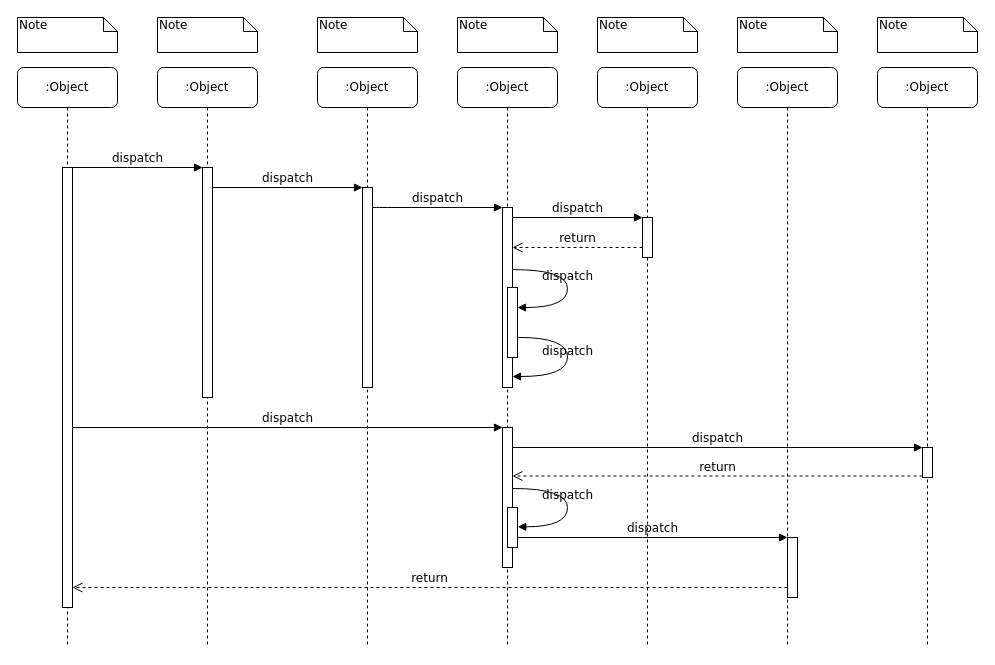
Earlier version of the draw.io diagram sequenz2.drawio (HuckiNB2019/VBA). Source tidied: cells renumbered, new cells numbered last; positions are measured from the earlier drawing's top-left corner, leaving out a move shared by most shapes. Both pictures are drawn from the tidied source at 100%, with x=0, y=0 at pixel (17, 17).
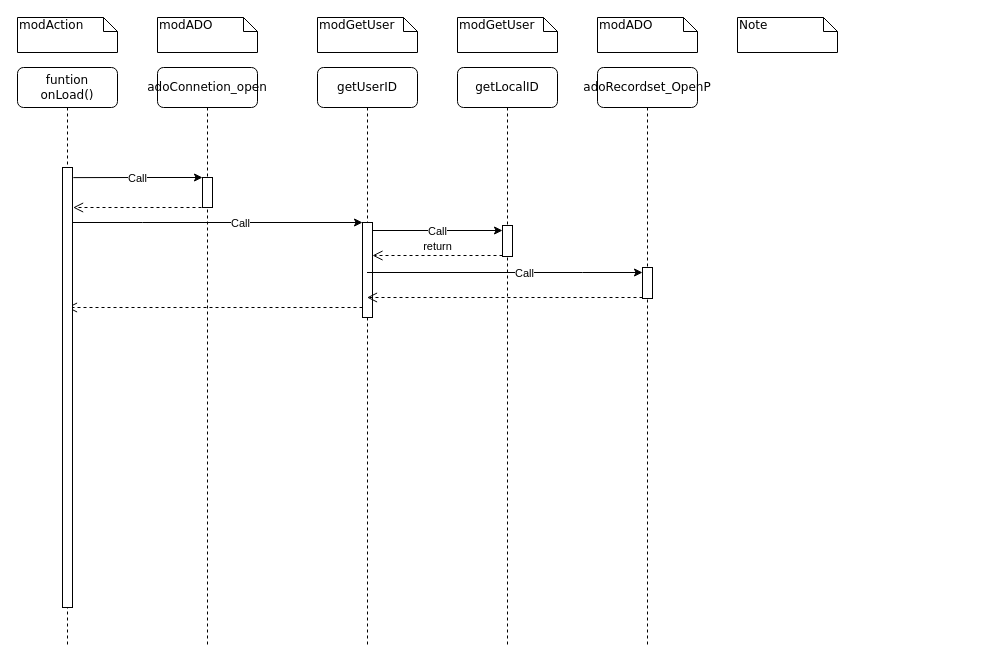
The same diagram, later.

Unchanged cells that the change refers to:
```xml
<mxCell id="11" style="html=1;points=[];perimeter=orthogonalPerimeter;rounded=0;shadow=0;comic=0;labelBackgroundColor=none;strokeWidth=1;fontFamily=Verdana;fontSize=12;align=center;" parent="10" vertex="1">
  <mxGeometry x="45" y="100" width="10" height="440" as="geometry" />
</mxCell>
```

Change to the diagram source:
```diff
@@
-    <mxCell id="2" value=":Object" style="shape=umlLifeline;perimeter=lifelinePerimeter;whiteSpace=wrap;html=1;rounded=1;shadow=0;comic=0;labelBackgroundColor=none;strokeWidth=1;fontFamily=Verdana;fontSize=12;align=center;" parent="1" vertex="1">
+    <mxCell id="2" value="adoConnetion_open" style="shape=umlLifeline;perimeter=lifelinePerimeter;whiteSpace=wrap;html=1;rounded=1;shadow=0;comic=0;labelBackgroundColor=none;strokeWidth=1;fontFamily=Verdana;fontSize=12;align=center;" parent="1" vertex="1">
       <mxGeometry x="140" y="50" width="100" height="580" as="geometry" />
     </mxCell>
-    <mxCell id="3" style="html=1;points=[];perimeter=orthogonalPerimeter;rounded=0;shadow=0;comic=0;labelBackgroundColor=none;strokeWidth=1;fontFamily=Verdana;fontSize=12;align=center;" parent="2" vertex="1">
-      <mxGeometry x="45" y="100" width="10" height="230" as="geometry" />
-    </mxCell>
-    <mxCell id="4" value=":Object" style="shape=umlLifeline;perimeter=lifelinePerimeter;whiteSpace=wrap;html=1;rounded=1;shadow=0;comic=0;labelBackgroundColor=none;strokeWidth=1;fontFamily=Verdana;fontSize=12;align=center;" parent="1" vertex="1">
-      <mxGeometry x="300" y="50" width="100" height="580" as="geometry" />
-    </mxCell>
-    <mxCell id="5" style="html=1;points=[];perimeter=orthogonalPerimeter;rounded=0;shadow=0;comic=0;labelBackgroundColor=none;strokeWidth=1;fontFamily=Verdana;fontSize=12;align=center;" parent="4" vertex="1">
-      <mxGeometry x="45" y="120" width="10" height="200" as="geometry" />
-    </mxCell>
+    <mxCell id="39" style="html=1;points=[];perimeter=orthogonalPerimeter;outlineConnect=0;targetShapes=umlLifeline;portConstraint=eastwest;newEdgeStyle={&quot;edgeStyle&quot;:&quot;elbowEdgeStyle&quot;,&quot;elbow&quot;:&quot;vertical&quot;,&quot;curved&quot;:0,&quot;rounded&quot;:0};" parent="2" vertex="1">
+      <mxGeometry x="45" y="110" width="10" height="30" as="geometry" />
+    </mxCell>
+    <mxCell id="40" style="endArrow=classic;html=1;rounded=0;" parent="2" edge="1" target="43">
+      <mxGeometry relative="1" as="geometry">
+        <mxPoint x="-85" y="155" as="sourcePoint" />
+        <Array as="points">
+          <mxPoint x="-15" y="155" />
+        </Array>
+      </mxGeometry>
+    </mxCell>
+    <mxCell id="41" value="Call" style="edgeLabel;html=1;align=center;verticalAlign=middle;" parent="40" vertex="1">
+      <mxGeometry x="0.28" y="3" relative="1" as="geometry">
+        <mxPoint x="-19" y="3" as="offset" />
+      </mxGeometry>
+    </mxCell>
+    <mxCell id="42" style="html=1;verticalAlign=bottom;endArrow=open;dashed=1;endSize=8;edgeStyle=elbowEdgeStyle;elbow=vertical;curved=0;rounded=0;" parent="2" edge="1" target="10">
+      <mxGeometry relative="1" as="geometry">
+        <mxPoint x="205" y="240" as="sourcePoint" />
+        <Array as="points">
+          <mxPoint x="110" y="240" />
+        </Array>
+      </mxGeometry>
+    </mxCell>
-    <mxCell id="6" value=":Object" style="shape=umlLifeline;perimeter=lifelinePerimeter;whiteSpace=wrap;html=1;outlineConnect=0;rounded=1;shadow=0;comic=0;labelBackgroundColor=none;strokeWidth=1;fontFamily=Verdana;fontSize=12;align=center;" parent="1" vertex="1">
-      <mxGeometry x="440" y="50" width="100" height="580" as="geometry" />
+    <mxCell id="6" value="getUserID" style="shape=umlLifeline;perimeter=lifelinePerimeter;whiteSpace=wrap;html=1;outlineConnect=0;rounded=1;shadow=0;comic=0;labelBackgroundColor=none;strokeWidth=1;fontFamily=Verdana;fontSize=12;align=center;" parent="1" vertex="1">
+      <mxGeometry x="300" y="50" width="100" height="580" as="geometry" />
     </mxCell>
+    <mxCell id="43" style="html=1;points=[];perimeter=orthogonalPerimeter;outlineConnect=0;targetShapes=umlLifeline;portConstraint=eastwest;newEdgeStyle={&quot;edgeStyle&quot;:&quot;elbowEdgeStyle&quot;,&quot;elbow&quot;:&quot;vertical&quot;,&quot;curved&quot;:0,&quot;rounded&quot;:0};" parent="6" vertex="1">
+      <mxGeometry x="45" y="155" width="10" height="95" as="geometry" />
+    </mxCell>
-    <mxCell id="7" value=":Object" style="shape=umlLifeline;perimeter=lifelinePerimeter;whiteSpace=wrap;html=1;rounded=1;shadow=0;comic=0;labelBackgroundColor=none;strokeWidth=1;fontFamily=Verdana;fontSize=12;align=center;" parent="1" vertex="1">
-      <mxGeometry x="580" y="50" width="100" height="580" as="geometry" />
+    <mxCell id="7" value="getLocalID" style="shape=umlLifeline;perimeter=lifelinePerimeter;whiteSpace=wrap;html=1;rounded=1;shadow=0;comic=0;labelBackgroundColor=none;strokeWidth=1;fontFamily=Verdana;fontSize=12;align=center;" parent="1" vertex="1">
+      <mxGeometry x="440" y="50" width="100" height="580" as="geometry" />
     </mxCell>
+    <mxCell id="44" style="html=1;points=[];perimeter=orthogonalPerimeter;outlineConnect=0;targetShapes=umlLifeline;portConstraint=eastwest;newEdgeStyle={&quot;edgeStyle&quot;:&quot;elbowEdgeStyle&quot;,&quot;elbow&quot;:&quot;vertical&quot;,&quot;curved&quot;:0,&quot;rounded&quot;:0};" parent="7" vertex="1">
+      <mxGeometry x="45" y="158" width="10" height="31" as="geometry" />
+    </mxCell>
+    <mxCell id="45" style="endArrow=classic;html=1;rounded=0;" parent="7" edge="1" target="44">
+      <mxGeometry relative="1" as="geometry">
+        <mxPoint x="-85" y="163" as="sourcePoint" />
+        <Array as="points">
+          <mxPoint x="-15" y="163" />
+        </Array>
+      </mxGeometry>
+    </mxCell>
+    <mxCell id="46" value="Call" style="edgeLabel;html=1;align=center;verticalAlign=middle;" parent="45" vertex="1">
+      <mxGeometry x="0.28" y="3" relative="1" as="geometry">
+        <mxPoint x="-19" y="3" as="offset" />
+      </mxGeometry>
+    </mxCell>
-    <mxCell id="8" value=":Object" style="shape=umlLifeline;perimeter=lifelinePerimeter;whiteSpace=wrap;html=1;rounded=1;shadow=0;comic=0;labelBackgroundColor=none;strokeWidth=1;fontFamily=Verdana;fontSize=12;align=center;" parent="1" vertex="1">
-      <mxGeometry x="720" y="50" width="100" height="580" as="geometry" />
+    <mxCell id="8" value="adoRecordset_OpenP" style="shape=umlLifeline;perimeter=lifelinePerimeter;whiteSpace=wrap;html=1;rounded=1;shadow=0;comic=0;labelBackgroundColor=none;strokeWidth=1;fontFamily=Verdana;fontSize=12;align=center;" parent="1" vertex="1">
+      <mxGeometry x="580" y="50" width="100" height="580" as="geometry" />
     </mxCell>
-    <mxCell id="9" value=":Object" style="shape=umlLifeline;perimeter=lifelinePerimeter;whiteSpace=wrap;html=1;rounded=1;shadow=0;comic=0;labelBackgroundColor=none;strokeWidth=1;fontFamily=Verdana;fontSize=12;align=center;" parent="1" vertex="1">
-      <mxGeometry x="860" y="50" width="100" height="580" as="geometry" />
-    </mxCell>
+    <mxCell id="47" style="html=1;points=[];perimeter=orthogonalPerimeter;outlineConnect=0;targetShapes=umlLifeline;portConstraint=eastwest;newEdgeStyle={&quot;edgeStyle&quot;:&quot;elbowEdgeStyle&quot;,&quot;elbow&quot;:&quot;vertical&quot;,&quot;curved&quot;:0,&quot;rounded&quot;:0};" parent="8" vertex="1">
+      <mxGeometry x="45" y="200" width="10" height="31" as="geometry" />
+    </mxCell>
-    <mxCell id="10" value=":Object" style="shape=umlLifeline;perimeter=lifelinePerimeter;whiteSpace=wrap;html=1;outlineConnect=0;rounded=1;shadow=0;comic=0;labelBackgroundColor=none;strokeWidth=1;fontFamily=Verdana;fontSize=12;align=center;" parent="1" vertex="1">
+    <mxCell id="10" value="funtion onLoad()" style="shape=umlLifeline;perimeter=lifelinePerimeter;whiteSpace=wrap;html=1;outlineConnect=0;rounded=1;shadow=0;comic=0;labelBackgroundColor=none;strokeWidth=1;fontFamily=Verdana;fontSize=12;align=center;" parent="1" vertex="1">
       <mxGeometry y="50" width="100" height="580" as="geometry" />
     </mxCell>
@@
-    <mxCell id="12" style="html=1;points=[];perimeter=orthogonalPerimeter;rounded=0;shadow=0;comic=0;labelBackgroundColor=none;strokeWidth=1;fontFamily=Verdana;fontSize=12;align=center;" parent="1" vertex="1">
-      <mxGeometry x="485" y="190" width="10" height="180" as="geometry" />
-    </mxCell>
-    <mxCell id="13" value="dispatch" style="html=1;verticalAlign=bottom;endArrow=block;labelBackgroundColor=none;fontFamily=Verdana;fontSize=12;edgeStyle=elbowEdgeStyle;elbow=vertical;" parent="1" edge="1" source="5" target="12">
-      <mxGeometry relative="1" as="geometry">
-        <Array as="points">
-          <mxPoint x="360" y="190" />
-        </Array>
-      </mxGeometry>
-    </mxCell>
-    <mxCell id="14" style="html=1;points=[];perimeter=orthogonalPerimeter;rounded=0;shadow=0;comic=0;labelBackgroundColor=none;strokeWidth=1;fontFamily=Verdana;fontSize=12;align=center;" parent="1" vertex="1">
-      <mxGeometry x="625" y="200" width="10" height="40" as="geometry" />
-    </mxCell>
-    <mxCell id="15" value="dispatch" style="html=1;verticalAlign=bottom;endArrow=block;entryX=0;entryY=0;labelBackgroundColor=none;fontFamily=Verdana;fontSize=12;edgeStyle=elbowEdgeStyle;elbow=vertical;" parent="1" edge="1" source="12" target="14">
-      <mxGeometry relative="1" as="geometry" />
-    </mxCell>
-    <mxCell id="16" value="return" style="html=1;verticalAlign=bottom;endArrow=open;dashed=1;endSize=8;labelBackgroundColor=none;fontFamily=Verdana;fontSize=12;edgeStyle=elbowEdgeStyle;elbow=vertical;" parent="1" edge="1" source="14" target="12">
-      <mxGeometry relative="1" as="geometry">
-        <Array as="points">
-          <mxPoint x="570" y="230" />
-          <mxPoint x="600" y="230" />
-        </Array>
-      </mxGeometry>
-    </mxCell>
-    <mxCell id="17" style="html=1;points=[];perimeter=orthogonalPerimeter;rounded=0;shadow=0;comic=0;labelBackgroundColor=none;strokeWidth=1;fontFamily=Verdana;fontSize=12;align=center;" parent="1" vertex="1">
-      <mxGeometry x="485" y="410" width="10" height="140" as="geometry" />
-    </mxCell>
-    <mxCell id="18" value="dispatch" style="html=1;verticalAlign=bottom;endArrow=block;entryX=0;entryY=0;labelBackgroundColor=none;fontFamily=Verdana;fontSize=12;" parent="1" edge="1" source="11" target="17">
-      <mxGeometry relative="1" as="geometry" />
-    </mxCell>
-    <mxCell id="19" style="html=1;points=[];perimeter=orthogonalPerimeter;rounded=0;shadow=0;comic=0;labelBackgroundColor=none;strokeColor=#000000;strokeWidth=1;fillColor=#FFFFFF;fontFamily=Verdana;fontSize=12;fontColor=#000000;align=center;" parent="1" vertex="1">
-      <mxGeometry x="905" y="430" width="10" height="30" as="geometry" />
-    </mxCell>
-    <mxCell id="20" value="dispatch" style="html=1;verticalAlign=bottom;endArrow=block;entryX=0;entryY=0;labelBackgroundColor=none;fontFamily=Verdana;fontSize=12;" parent="1" edge="1" source="17" target="19">
-      <mxGeometry relative="1" as="geometry" />
-    </mxCell>
-    <mxCell id="21" value="return" style="html=1;verticalAlign=bottom;endArrow=open;dashed=1;endSize=8;exitX=0;exitY=0.95;labelBackgroundColor=none;fontFamily=Verdana;fontSize=12;" parent="1" edge="1" source="19" target="17">
-      <mxGeometry relative="1" as="geometry" />
-    </mxCell>
-    <mxCell id="22" style="html=1;points=[];perimeter=orthogonalPerimeter;rounded=0;shadow=0;comic=0;labelBackgroundColor=none;strokeWidth=1;fontFamily=Verdana;fontSize=12;align=center;" parent="1" vertex="1">
-      <mxGeometry x="770" y="520" width="10" height="60" as="geometry" />
-    </mxCell>
-    <mxCell id="23" value="dispatch" style="html=1;verticalAlign=bottom;endArrow=block;entryX=0;entryY=0;labelBackgroundColor=none;fontFamily=Verdana;fontSize=12;edgeStyle=elbowEdgeStyle;elbow=vertical;" parent="1" edge="1" source="30" target="22">
-      <mxGeometry relative="1" as="geometry" />
-    </mxCell>
-    <mxCell id="24" value="return" style="html=1;verticalAlign=bottom;endArrow=open;dashed=1;endSize=8;labelBackgroundColor=none;fontFamily=Verdana;fontSize=12;edgeStyle=elbowEdgeStyle;elbow=vertical;" parent="1" edge="1" source="22" target="11">
-      <mxGeometry relative="1" as="geometry">
-        <Array as="points">
-          <mxPoint x="470" y="570" />
-        </Array>
-      </mxGeometry>
-    </mxCell>
-    <mxCell id="25" value="dispatch" style="html=1;verticalAlign=bottom;endArrow=block;entryX=0;entryY=0;labelBackgroundColor=none;fontFamily=Verdana;fontSize=12;edgeStyle=elbowEdgeStyle;elbow=vertical;" parent="1" edge="1" source="11" target="3">
-      <mxGeometry relative="1" as="geometry" />
-    </mxCell>
-    <mxCell id="26" value="dispatch" style="html=1;verticalAlign=bottom;endArrow=block;entryX=0;entryY=0;labelBackgroundColor=none;fontFamily=Verdana;fontSize=12;edgeStyle=elbowEdgeStyle;elbow=vertical;" parent="1" edge="1" source="3" target="5">
-      <mxGeometry relative="1" as="geometry" />
-    </mxCell>
-    <mxCell id="27" style="html=1;points=[];perimeter=orthogonalPerimeter;rounded=0;shadow=0;comic=0;labelBackgroundColor=none;strokeWidth=1;fontFamily=Verdana;fontSize=12;align=center;" parent="1" vertex="1">
-      <mxGeometry x="490" y="270" width="10" height="70" as="geometry" />
-    </mxCell>
-    <mxCell id="28" value="dispatch" style="html=1;verticalAlign=bottom;endArrow=block;labelBackgroundColor=none;fontFamily=Verdana;fontSize=12;elbow=vertical;edgeStyle=orthogonalEdgeStyle;curved=1;entryX=1;entryY=0.286;entryPerimeter=0;exitX=1.038;exitY=0.345;exitPerimeter=0;" parent="1" edge="1" source="12" target="27">
-      <mxGeometry relative="1" as="geometry">
-        <Array as="points">
-          <mxPoint x="550" y="252" />
-          <mxPoint x="550" y="290" />
-        </Array>
-      </mxGeometry>
-    </mxCell>
-    <mxCell id="29" value="dispatch" style="html=1;verticalAlign=bottom;endArrow=block;labelBackgroundColor=none;fontFamily=Verdana;fontSize=12;elbow=vertical;edgeStyle=orthogonalEdgeStyle;curved=1;exitX=1.066;exitY=0.713;exitPerimeter=0;" parent="1" edge="1" source="27">
-      <mxGeometry relative="1" as="geometry">
-        <mxPoint x="495" y="359" as="targetPoint" />
-        <Array as="points">
-          <mxPoint x="550" y="320" />
-          <mxPoint x="550" y="359" />
-        </Array>
-      </mxGeometry>
-    </mxCell>
-    <mxCell id="30" style="html=1;points=[];perimeter=orthogonalPerimeter;rounded=0;shadow=0;comic=0;labelBackgroundColor=none;strokeWidth=1;fontFamily=Verdana;fontSize=12;align=center;" parent="1" vertex="1">
-      <mxGeometry x="490" y="490" width="10" height="40" as="geometry" />
-    </mxCell>
-    <mxCell id="31" value="dispatch" style="html=1;verticalAlign=bottom;endArrow=block;labelBackgroundColor=none;fontFamily=Verdana;fontSize=12;elbow=vertical;edgeStyle=orthogonalEdgeStyle;curved=1;entryX=1;entryY=0.286;entryPerimeter=0;exitX=1.038;exitY=0.345;exitPerimeter=0;" parent="1" edge="1">
-      <mxGeometry relative="1" as="geometry">
-        <mxPoint x="495.3" y="471" as="sourcePoint" />
-        <mxPoint x="500.3" y="509.3" as="targetPoint" />
-        <Array as="points">
-          <mxPoint x="550" y="471" />
-          <mxPoint x="550" y="509" />
-        </Array>
-      </mxGeometry>
-    </mxCell>
-    <mxCell id="32" value="Note" style="shape=note;whiteSpace=wrap;html=1;size=14;verticalAlign=top;align=left;spacingTop=-6;rounded=0;shadow=0;comic=0;labelBackgroundColor=none;strokeWidth=1;fontFamily=Verdana;fontSize=12;" parent="1" vertex="1">
+    <mxCell id="32" value="modAction" style="shape=note;whiteSpace=wrap;html=1;size=14;verticalAlign=top;align=left;spacingTop=-6;rounded=0;shadow=0;comic=0;labelBackgroundColor=none;strokeWidth=1;fontFamily=Verdana;fontSize=12;" parent="1" vertex="1">
       <mxGeometry width="100" height="35" as="geometry" />
     </mxCell>
-    <mxCell id="33" value="Note" style="shape=note;whiteSpace=wrap;html=1;size=14;verticalAlign=top;align=left;spacingTop=-6;rounded=0;shadow=0;comic=0;labelBackgroundColor=none;strokeWidth=1;fontFamily=Verdana;fontSize=12;" parent="1" vertex="1">
+    <mxCell id="33" value="modADO" style="shape=note;whiteSpace=wrap;html=1;size=14;verticalAlign=top;align=left;spacingTop=-6;rounded=0;shadow=0;comic=0;labelBackgroundColor=none;strokeWidth=1;fontFamily=Verdana;fontSize=12;" parent="1" vertex="1">
       <mxGeometry x="140" width="100" height="35" as="geometry" />
     </mxCell>
-    <mxCell id="34" value="Note" style="shape=note;whiteSpace=wrap;html=1;size=14;verticalAlign=top;align=left;spacingTop=-6;rounded=0;shadow=0;comic=0;labelBackgroundColor=none;strokeWidth=1;fontFamily=Verdana;fontSize=12;" parent="1" vertex="1">
+    <mxCell id="34" value="modGetUser" style="shape=note;whiteSpace=wrap;html=1;size=14;verticalAlign=top;align=left;spacingTop=-6;rounded=0;shadow=0;comic=0;labelBackgroundColor=none;strokeWidth=1;fontFamily=Verdana;fontSize=12;" parent="1" vertex="1">
       <mxGeometry x="300" width="100" height="35" as="geometry" />
     </mxCell>
-    <mxCell id="35" value="Note" style="shape=note;whiteSpace=wrap;html=1;size=14;verticalAlign=top;align=left;spacingTop=-6;rounded=0;shadow=0;comic=0;labelBackgroundColor=none;strokeWidth=1;fontFamily=Verdana;fontSize=12;" parent="1" vertex="1">
+    <mxCell id="35" value="modGetUser" style="shape=note;whiteSpace=wrap;html=1;size=14;verticalAlign=top;align=left;spacingTop=-6;rounded=0;shadow=0;comic=0;labelBackgroundColor=none;strokeWidth=1;fontFamily=Verdana;fontSize=12;" parent="1" vertex="1">
       <mxGeometry x="440" width="100" height="35" as="geometry" />
     </mxCell>
-    <mxCell id="36" value="Note" style="shape=note;whiteSpace=wrap;html=1;size=14;verticalAlign=top;align=left;spacingTop=-6;rounded=0;shadow=0;comic=0;labelBackgroundColor=none;strokeWidth=1;fontFamily=Verdana;fontSize=12;" parent="1" vertex="1">
+    <mxCell id="36" value="modADO" style="shape=note;whiteSpace=wrap;html=1;size=14;verticalAlign=top;align=left;spacingTop=-6;rounded=0;shadow=0;comic=0;labelBackgroundColor=none;strokeWidth=1;fontFamily=Verdana;fontSize=12;" parent="1" vertex="1">
       <mxGeometry x="580" width="100" height="35" as="geometry" />
     </mxCell>
@@
-    <mxCell id="38" value="Note" style="shape=note;whiteSpace=wrap;html=1;size=14;verticalAlign=top;align=left;spacingTop=-6;rounded=0;shadow=0;comic=0;labelBackgroundColor=none;strokeWidth=1;fontFamily=Verdana;fontSize=12;" parent="1" vertex="1">
-      <mxGeometry x="860" width="100" height="35" as="geometry" />
-    </mxCell>
+    <mxCell id="48" style="endArrow=classic;html=1;rounded=0;exitX=1.083;exitY=0.023;exitDx=0;exitDy=0;exitPerimeter=0;" parent="1" edge="1" source="11" target="39">
+      <mxGeometry relative="1" as="geometry">
+        <Array as="points">
+          <mxPoint x="120" y="160" />
+        </Array>
+      </mxGeometry>
+    </mxCell>
+    <mxCell id="49" value="Call" style="edgeLabel;html=1;align=center;verticalAlign=middle;" parent="48" vertex="1">
+      <mxGeometry x="0.28" y="3" relative="1" as="geometry">
+        <mxPoint x="-19" y="3" as="offset" />
+      </mxGeometry>
+    </mxCell>
+    <mxCell id="50" style="html=1;verticalAlign=bottom;endArrow=open;dashed=1;endSize=8;edgeStyle=elbowEdgeStyle;elbow=vertical;curved=0;rounded=0;entryX=1.058;entryY=0.091;entryDx=0;entryDy=0;entryPerimeter=0;" parent="1" edge="1" target="11">
+      <mxGeometry relative="1" as="geometry">
+        <mxPoint x="190" y="190" as="sourcePoint" />
+      </mxGeometry>
+    </mxCell>
+    <mxCell id="51" value="return" style="html=1;verticalAlign=bottom;endArrow=open;dashed=1;endSize=8;edgeStyle=elbowEdgeStyle;elbow=vertical;curved=0;rounded=0;" parent="1" edge="1" source="44">
+      <mxGeometry relative="1" as="geometry">
+        <mxPoint x="355" y="238" as="targetPoint" />
+        <Array as="points">
+          <mxPoint x="390" y="238" />
+        </Array>
+      </mxGeometry>
+    </mxCell>
+    <mxCell id="52" style="endArrow=classic;html=1;rounded=0;" parent="1" edge="1" source="6" target="47">
+      <mxGeometry relative="1" as="geometry">
+        <Array as="points">
+          <mxPoint x="565" y="255" />
+        </Array>
+      </mxGeometry>
+    </mxCell>
+    <mxCell id="53" value="Call" style="edgeLabel;html=1;align=center;verticalAlign=middle;" parent="52" vertex="1">
+      <mxGeometry x="0.28" y="3" relative="1" as="geometry">
+        <mxPoint x="-19" y="3" as="offset" />
+      </mxGeometry>
+    </mxCell>
+    <mxCell id="54" style="html=1;verticalAlign=bottom;endArrow=open;dashed=1;endSize=8;edgeStyle=elbowEdgeStyle;elbow=vertical;curved=0;rounded=0;" parent="1" edge="1" source="47" target="6">
+      <mxGeometry relative="1" as="geometry">
+        <Array as="points">
+          <mxPoint x="530" y="280" />
+        </Array>
+      </mxGeometry>
+    </mxCell>
```
